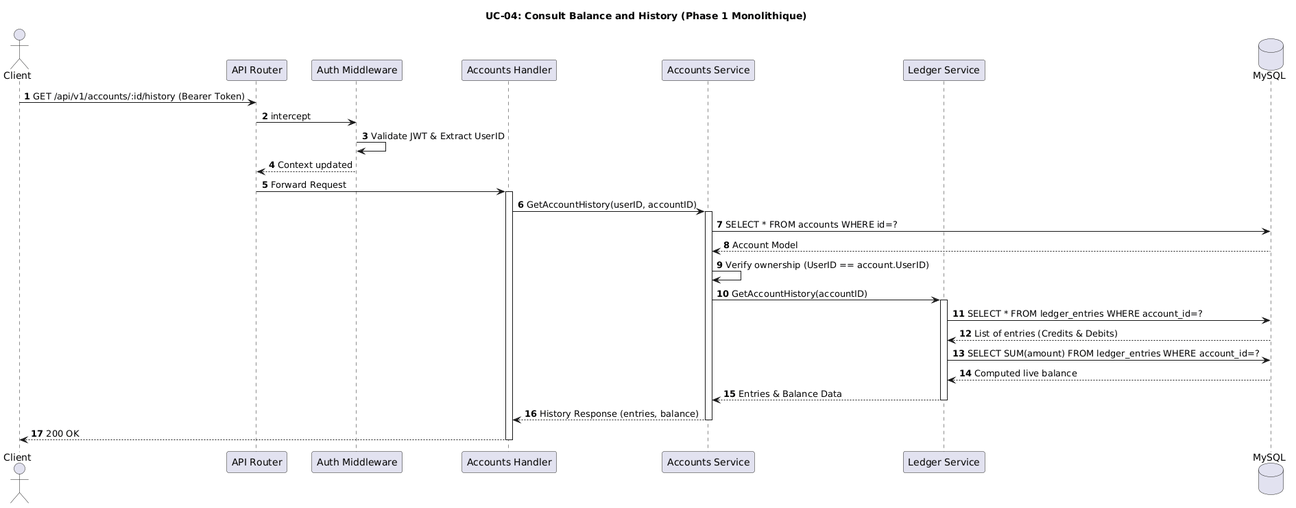
Above: docs/architecture/puml/phase1_monolithique/process_view_uc04_consult_history.png in VelaSam/CanBankX_Samuel_Velasco (PlantUML), before the change. Its diagram source:
```plantuml
@startuml
title UC-04: Consult Balance and History (Phase 1 Monolithique)
autonumber

actor Client
participant "API Router" as Router
participant "Auth Middleware" as Middleware
participant "Accounts Handler" as Handler
participant "Accounts Service" as Accounts
participant "Ledger Service" as Ledger
database "MySQL" as DB

Client -> Router: GET /api/v1/accounts/:id/history (Bearer Token)
Router -> Middleware: intercept
Middleware -> Middleware: Validate JWT & Extract UserID
Middleware --> Router: Context updated

Router -> Handler: Forward Request
activate Handler
Handler -> Accounts: GetAccountHistory(userID, accountID)
activate Accounts
Accounts -> DB: SELECT * FROM accounts WHERE id=?
DB --> Accounts: Account Model
Accounts -> Accounts: Verify ownership (UserID == account.UserID)

Accounts -> Ledger: GetAccountHistory(accountID)
activate Ledger
Ledger -> DB: SELECT * FROM ledger_entries WHERE account_id=?
DB --> Ledger: List of entries (Credits & Debits)
Ledger -> DB: SELECT SUM(amount) FROM ledger_entries WHERE account_id=?
DB --> Ledger: Computed live balance
Ledger --> Accounts: Entries & Balance Data
deactivate Ledger

Accounts --> Handler: History Response (entries, balance)
deactivate Accounts

Handler --> Client: 200 OK
deactivate Handler
@enduml
```
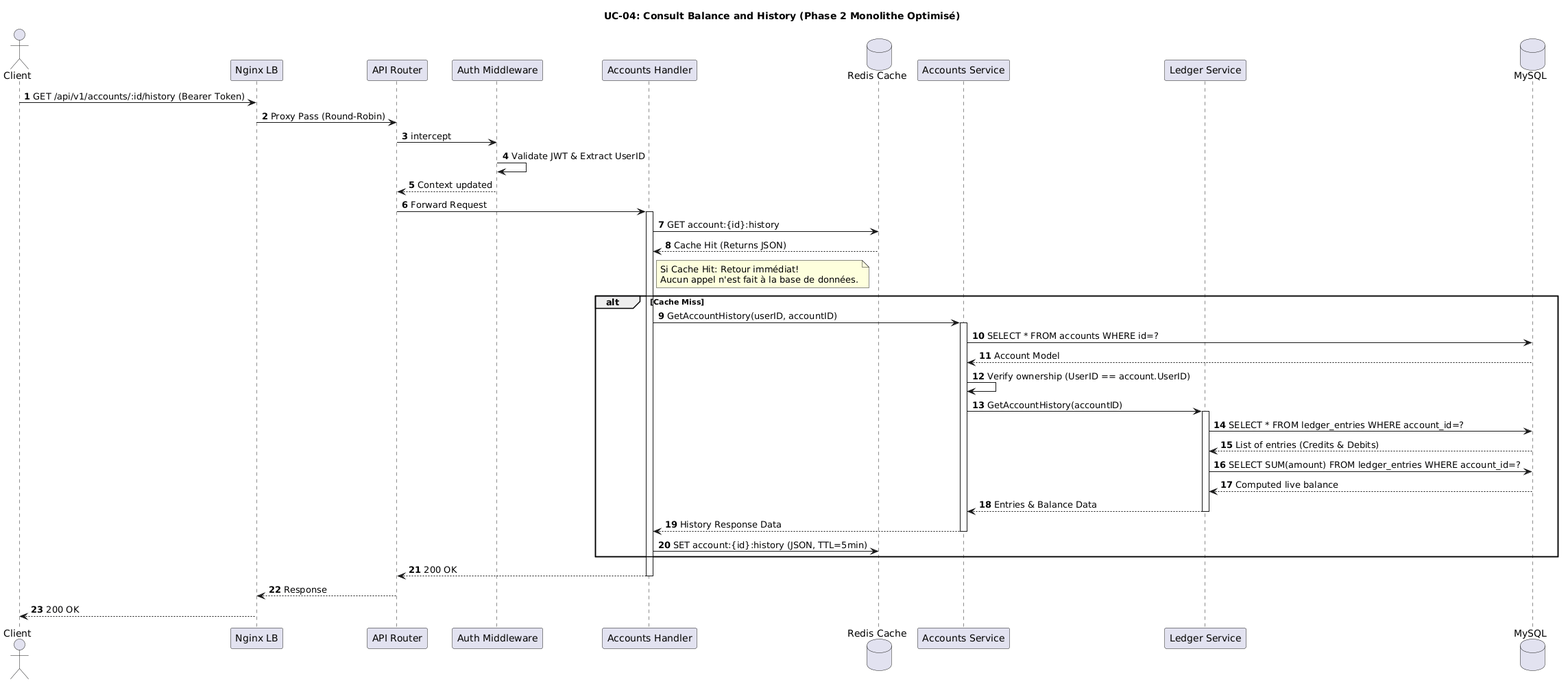
The same diagram one commit later.

What changed in the source:
```diff
@@ -1,40 +1,55 @@
 @startuml
-title UC-04: Consult Balance and History (Phase 1 Monolithique)
+title UC-04: Consult Balance and History (Phase 2 Monolithe Optimisé)
 autonumber
 
 actor Client
+participant "Nginx LB" as LB
 participant "API Router" as Router
 participant "Auth Middleware" as Middleware
 participant "Accounts Handler" as Handler
+database "Redis Cache" as Redis
 participant "Accounts Service" as Accounts
 participant "Ledger Service" as Ledger
 database "MySQL" as DB
 
-Client -> Router: GET /api/v1/accounts/:id/history (Bearer Token)
+Client -> LB: GET /api/v1/accounts/:id/history (Bearer Token)
+LB -> Router: Proxy Pass (Round-Robin)
 Router -> Middleware: intercept
 Middleware -> Middleware: Validate JWT & Extract UserID
 Middleware --> Router: Context updated
 
 Router -> Handler: Forward Request
 activate Handler
-Handler -> Accounts: GetAccountHistory(userID, accountID)
-activate Accounts
-Accounts -> DB: SELECT * FROM accounts WHERE id=?
-DB --> Accounts: Account Model
-Accounts -> Accounts: Verify ownership (UserID == account.UserID)
 
-Accounts -> Ledger: GetAccountHistory(accountID)
-activate Ledger
-Ledger -> DB: SELECT * FROM ledger_entries WHERE account_id=?
-DB --> Ledger: List of entries (Credits & Debits)
-Ledger -> DB: SELECT SUM(amount) FROM ledger_entries WHERE account_id=?
-DB --> Ledger: Computed live balance
-Ledger --> Accounts: Entries & Balance Data
-deactivate Ledger
+Handler -> Redis: GET account:{id}:history
+Redis --> Handler: Cache Hit (Returns JSON)
+note right of Handler: Si Cache Hit: Retour immédiat!\nAucun appel n'est fait à la base de données.
 
-Accounts --> Handler: History Response (entries, balance)
-deactivate Accounts
+alt Cache Miss
+    Handler -> Accounts: GetAccountHistory(userID, accountID)
+    activate Accounts
+    Accounts -> DB: SELECT * FROM accounts WHERE id=?
+    DB --> Accounts: Account Model
+    Accounts -> Accounts: Verify ownership (UserID == account.UserID)
 
-Handler --> Client: 200 OK
+    Accounts -> Ledger: GetAccountHistory(accountID)
+    activate Ledger
+    Ledger -> DB: SELECT * FROM ledger_entries WHERE account_id=?
+    DB --> Ledger: List of entries (Credits & Debits)
+    Ledger -> DB: SELECT SUM(amount) FROM ledger_entries WHERE account_id=?
+    DB --> Ledger: Computed live balance
+    Ledger --> Accounts: Entries & Balance Data
+    deactivate Ledger
+
+    Accounts --> Handler: History Response Data
+    deactivate Accounts
+
+    Handler -> Redis: SET account:{id}:history (JSON, TTL=5min)
+end
+
+Handler --> Router: 200 OK
 deactivate Handler
+
+Router --> LB: Response
+LB --> Client: 200 OK
 @enduml
```
